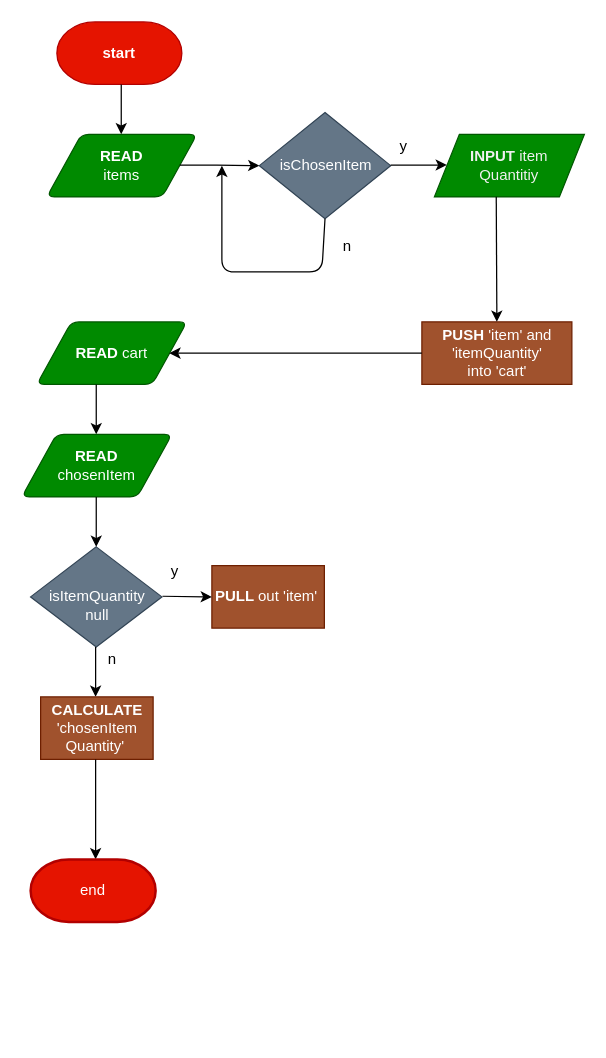
Before: flowchart.drawio in Nicomnr02/nicolasrajaoloanmanurung-shopping-cart, a draw.io diagram. Source tidied: cells renumbered, new cells numbered last; positions are measured from the earlier drawing's top-left corner, leaving out a move shared by most shapes. Both pictures are drawn from the tidied source at 125%, with x=0, y=0 at pixel (21, 21).
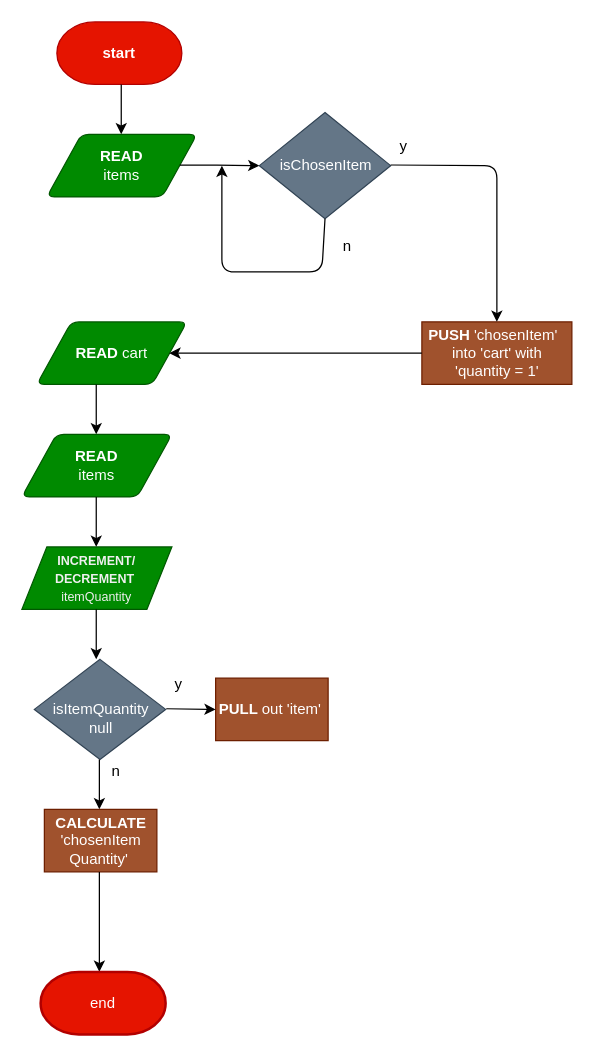
The same page after the edit.

Commit message:
fix:change flow (flowchart)

Diff of the diagram source:
```diff
@@
-    <mxCell id="9" value="&lt;b&gt;PUSH &lt;/b&gt;'item' and&lt;br&gt;'itemQuantity'&lt;br&gt;into 'cart'" style="html=1;dashed=0;whitespace=wrap;fillColor=#a0522d;fontColor=#ffffff;strokeColor=#6D1F00;strokeWidth=1;" parent="1" vertex="1">
+    <mxCell id="9" value="&lt;b&gt;PUSH &lt;/b&gt;'chosenItem'&amp;nbsp;&amp;nbsp;&lt;br&gt;&amp;nbsp;into 'cart' with&amp;nbsp;&lt;br&gt;'quantity = 1'" style="html=1;dashed=0;whitespace=wrap;fillColor=#a0522d;fontColor=#ffffff;strokeColor=#6D1F00;strokeWidth=1;" parent="1" vertex="1">
       <mxGeometry x="320" y="240" width="120" height="50" as="geometry" />
     </mxCell>
-    <mxCell id="10" style="endArrow=classic;html=1;strokeWidth=1;" parent="1" edge="1">
+    <mxCell id="10" style="endArrow=classic;html=1;strokeWidth=1;entryX=0.5;entryY=0;entryDx=0;entryDy=0;" parent="1" edge="1" target="9">
       <mxGeometry relative="1" as="geometry">
         <mxPoint x="295" y="114.5" as="sourcePoint" />
-        <mxPoint x="340" y="114.5" as="targetPoint" />
+        <Array as="points">
+          <mxPoint x="380" y="115" />
+        </Array>
       </mxGeometry>
     </mxCell>
@@
     <mxCell id="12" value="&lt;br&gt;isItemQuantity&lt;br&gt;null" style="shape=rhombus;html=1;dashed=0;whitespace=wrap;perimeter=rhombusPerimeter;fillColor=#647687;fontColor=#ffffff;strokeColor=#314354;strokeWidth=1;" parent="1" vertex="1">
-      <mxGeometry x="7" y="420" width="105" height="80" as="geometry" />
+      <mxGeometry x="10" y="510" width="105" height="80" as="geometry" />
     </mxCell>
-    <mxCell id="13" value="&lt;span style=&quot;color: rgb(240 , 240 , 240) ; font-family: &amp;#34;helvetica&amp;#34; ; font-size: 12px ; font-style: normal ; letter-spacing: normal ; text-align: center ; text-indent: 0px ; text-transform: none ; word-spacing: 0px ; display: inline ; float: none&quot;&gt;&lt;b&gt;INPUT &lt;/b&gt;&lt;/span&gt;&lt;span style=&quot;color: rgb(240 , 240 , 240) ; font-family: &amp;#34;helvetica&amp;#34; ; font-size: 12px ; font-style: normal ; font-weight: 400 ; letter-spacing: normal ; text-align: center ; text-indent: 0px ; text-transform: none ; word-spacing: 0px ; display: inline ; float: none&quot;&gt;item&lt;/span&gt;&lt;br style=&quot;color: rgb(240 , 240 , 240) ; font-family: &amp;#34;helvetica&amp;#34; ; font-size: 12px ; font-style: normal ; font-weight: 400 ; letter-spacing: normal ; text-align: center ; text-indent: 0px ; text-transform: none ; word-spacing: 0px&quot;&gt;&lt;span style=&quot;color: rgb(240 , 240 , 240) ; font-family: &amp;#34;helvetica&amp;#34; ; font-size: 12px ; font-style: normal ; font-weight: 400 ; letter-spacing: normal ; text-align: center ; text-indent: 0px ; text-transform: none ; word-spacing: 0px ; display: inline ; float: none&quot;&gt;Quantitiy&lt;/span&gt;" style="shape=parallelogram;perimeter=parallelogramPerimeter;whiteSpace=wrap;html=1;fixedSize=1;fillColor=#008a00;fontColor=#ffffff;strokeColor=#005700;strokeWidth=1;" parent="1" vertex="1">
-      <mxGeometry x="330" y="90" width="120" height="50" as="geometry" />
+    <mxCell id="13" value="&lt;font style=&quot;font-size: 10px&quot;&gt;&lt;span style=&quot;color: rgb(240 , 240 , 240) ; font-family: &amp;#34;helvetica&amp;#34; ; font-style: normal ; letter-spacing: normal ; text-align: center ; text-indent: 0px ; text-transform: none ; word-spacing: 0px ; display: inline ; float: none&quot;&gt;&lt;b&gt;INCREMENT/&lt;br&gt;DECREMENT&amp;nbsp;&lt;br&gt;&lt;/b&gt;&lt;/span&gt;&lt;span style=&quot;color: rgb(240 , 240 , 240) ; font-family: &amp;#34;helvetica&amp;#34; ; font-style: normal ; font-weight: 400 ; letter-spacing: normal ; text-align: center ; text-indent: 0px ; text-transform: none ; word-spacing: 0px ; display: inline ; float: none&quot;&gt;item&lt;/span&gt;&lt;span style=&quot;color: rgb(240 , 240 , 240) ; font-family: &amp;#34;helvetica&amp;#34; ; font-style: normal ; font-weight: 400 ; letter-spacing: normal ; text-align: center ; text-indent: 0px ; text-transform: none ; word-spacing: 0px ; display: inline ; float: none&quot;&gt;Quantity&lt;/span&gt;&lt;/font&gt;" style="shape=parallelogram;perimeter=parallelogramPerimeter;whiteSpace=wrap;html=1;fixedSize=1;fillColor=#008a00;fontColor=#ffffff;strokeColor=#005700;strokeWidth=1;" parent="1" vertex="1">
+      <mxGeometry y="420" width="120" height="50" as="geometry" />
     </mxCell>
-    <mxCell id="14" style="endArrow=classic;html=1;strokeWidth=1;" parent="1" edge="1">
-      <mxGeometry relative="1" as="geometry">
-        <mxPoint x="379.5" y="140" as="sourcePoint" />
-        <mxPoint x="380" y="240" as="targetPoint" />
-      </mxGeometry>
-    </mxCell>
     <mxCell id="15" value="&lt;b&gt;PULL &lt;/b&gt;out 'item'&amp;nbsp;" style="html=1;dashed=0;whitespace=wrap;fillColor=#a0522d;fontColor=#ffffff;strokeColor=#6D1F00;strokeWidth=1;" parent="1" vertex="1">
-      <mxGeometry x="152" y="435" width="90" height="50" as="geometry" />
+      <mxGeometry x="155" y="525" width="90" height="50" as="geometry" />
     </mxCell>
@@
     <mxCell id="17" value="y&lt;br&gt;" style="text;html=1;align=center;verticalAlign=middle;strokeColor=none;fillColor=none;strokeWidth=1;" parent="1" vertex="1">
-      <mxGeometry x="112" y="430" width="20" height="20" as="geometry" />
+      <mxGeometry x="115" y="520" width="20" height="20" as="geometry" />
     </mxCell>
     <mxCell id="18" value="n" style="text;html=1;align=center;verticalAlign=middle;strokeColor=none;fillColor=none;strokeWidth=1;" parent="1" vertex="1">
-      <mxGeometry x="62" y="500" width="20" height="20" as="geometry" />
+      <mxGeometry x="65" y="590" width="20" height="20" as="geometry" />
     </mxCell>
-    <mxCell id="19" value="&lt;b&gt;READ &lt;/b&gt;&lt;br&gt;chosenItem" style="shape=parallelogram;html=1;strokeWidth=1;perimeter=parallelogramPerimeter;whiteSpace=wrap;rounded=1;arcSize=12;size=0.23;fillColor=#008a00;fontColor=#ffffff;strokeColor=#005700;" parent="1" vertex="1">
+    <mxCell id="19" value="&lt;b&gt;READ &lt;/b&gt;&lt;br&gt;items" style="shape=parallelogram;html=1;strokeWidth=1;perimeter=parallelogramPerimeter;whiteSpace=wrap;rounded=1;arcSize=12;size=0.23;fillColor=#008a00;fontColor=#ffffff;strokeColor=#005700;" parent="1" vertex="1">
       <mxGeometry y="330" width="120" height="50" as="geometry" />
     </mxCell>
@@
     <mxCell id="21" style="endArrow=classic;html=1;entryX=0;entryY=0.5;entryDx=0;entryDy=0;strokeWidth=1;" parent="1" edge="1" target="15">
       <mxGeometry relative="1" as="geometry">
-        <mxPoint x="112.5" y="459.5" as="sourcePoint" />
+        <mxPoint x="115.5" y="549.5" as="sourcePoint" />
       </mxGeometry>
     </mxCell>
     <mxCell id="22" style="endArrow=classic;html=1;strokeWidth=1;" parent="1" edge="1">
       <mxGeometry relative="1" as="geometry">
-        <mxPoint x="59" y="500" as="sourcePoint" />
-        <mxPoint x="59" y="540" as="targetPoint" />
+        <mxPoint x="62" y="590" as="sourcePoint" />
+        <mxPoint x="62" y="630" as="targetPoint" />
       </mxGeometry>
     </mxCell>
     <mxCell id="23" value="&lt;b&gt;CALCULATE&lt;/b&gt;&lt;br&gt;'chosenItem&lt;br&gt;Quantity'&amp;nbsp;" style="html=1;dashed=0;whitespace=wrap;fillColor=#a0522d;fontColor=#ffffff;strokeColor=#6D1F00;strokeWidth=1;" parent="1" vertex="1">
-      <mxGeometry x="15" y="540" width="90" height="50" as="geometry" />
+      <mxGeometry x="18" y="630" width="90" height="50" as="geometry" />
     </mxCell>
     <mxCell id="24" style="endArrow=classic;html=1;strokeWidth=1;" parent="1" edge="1">
       <mxGeometry relative="1" as="geometry">
-        <mxPoint x="59" y="590" as="sourcePoint" />
-        <mxPoint x="59" y="670" as="targetPoint" />
+        <mxPoint x="62" y="680" as="sourcePoint" />
+        <mxPoint x="62" y="760" as="targetPoint" />
       </mxGeometry>
     </mxCell>
     <mxCell id="25" value="end" style="strokeWidth=2;html=1;shape=mxgraph.flowchart.terminator;whiteSpace=wrap;fillColor=#e51400;fontColor=#ffffff;strokeColor=#B20000;" parent="1" vertex="1">
-      <mxGeometry x="7" y="670" width="100" height="50" as="geometry" />
+      <mxGeometry x="15" y="760" width="100" height="50" as="geometry" />
     </mxCell>
@@
+    <mxCell id="28" style="endArrow=classic;html=1;strokeWidth=1;" parent="1" edge="1">
+      <mxGeometry relative="1" as="geometry">
+        <mxPoint x="59.5" y="470" as="sourcePoint" />
+        <mxPoint x="59.5" y="510" as="targetPoint" />
+      </mxGeometry>
+    </mxCell>
```
